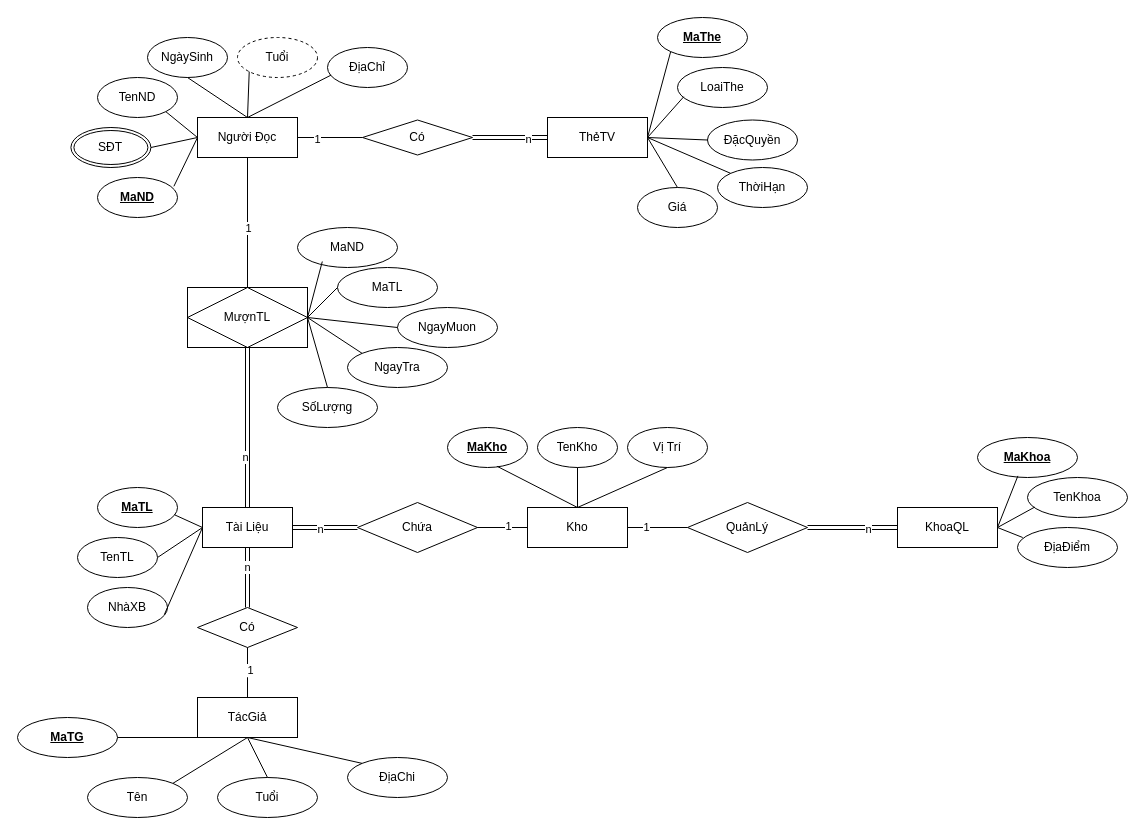
andrew2508/tailieu keeps this draw.io diagram as Biểu đồ không có tiêu đề.drawio. Above is the earlier version. Source tidied: cells renumbered, new cells numbered last; positions are measured from the earlier drawing's top-left corner, leaving out a move shared by most shapes. Both pictures are drawn from the tidied source at 100%, with x=0, y=0 at pixel (17, 17).
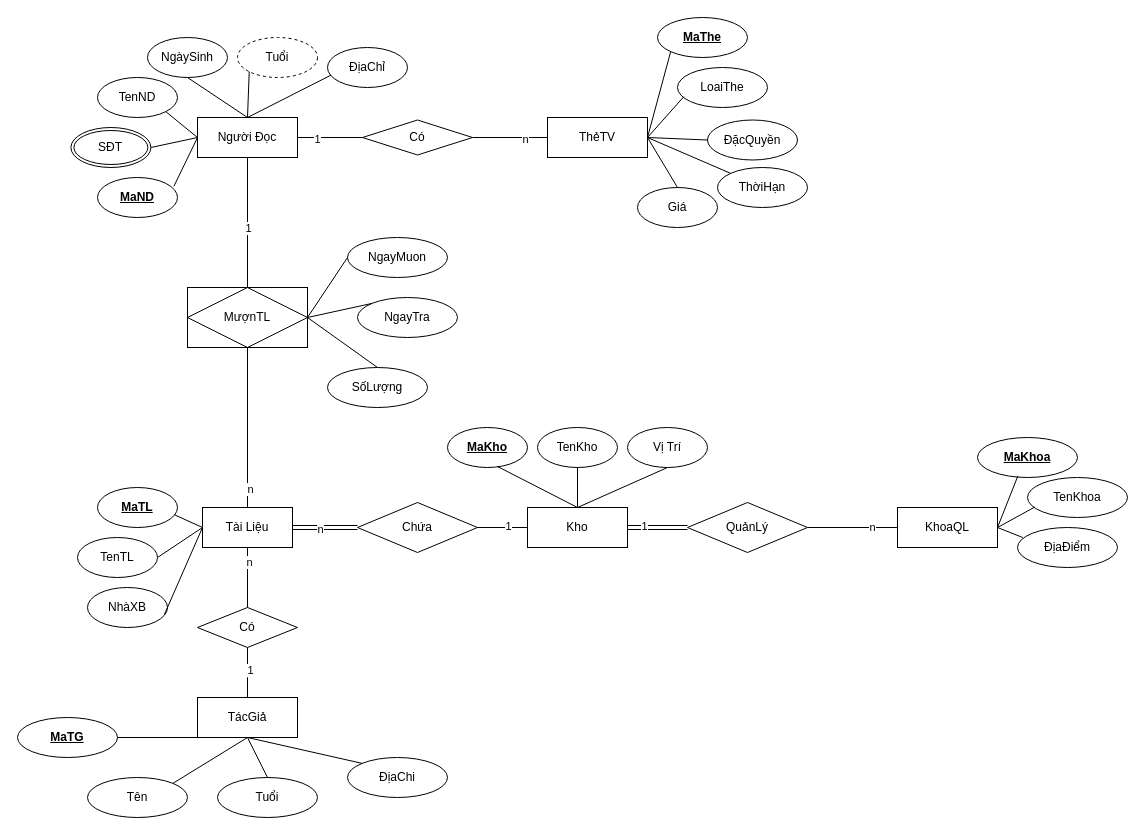
Above is the later version.

Commit message:
Cập nhật Biểu đồ không có tiêu đề.drawio

Unchanged cells that the change refers to:
```xml
<mxCell id="6" value="Tài Liệu" style="whiteSpace=wrap;html=1;align=center;" parent="1" vertex="1">
  <mxGeometry x="185" y="490" width="90" height="40" as="geometry" />
</mxCell>
<mxCell id="13" value="KhoaQL" style="whiteSpace=wrap;html=1;align=center;" parent="1" vertex="1">
  <mxGeometry x="880" y="490" width="100" height="40" as="geometry" />
</mxCell>
<mxCell id="15" value="Kho" style="whiteSpace=wrap;html=1;align=center;" parent="1" vertex="1">
  <mxGeometry x="510" y="490" width="100" height="40" as="geometry" />
</mxCell>
<mxCell id="19" value="QuảnLý" style="shape=rhombus;perimeter=rhombusPerimeter;whiteSpace=wrap;html=1;align=center;" parent="1" vertex="1">
  <mxGeometry x="670" y="485" width="120" height="50" as="geometry" />
</mxCell>
<mxCell id="43" value="ThẻTV" style="whiteSpace=wrap;html=1;align=center;" parent="1" vertex="1">
  <mxGeometry x="530" y="100" width="100" height="40" as="geometry" />
</mxCell>
<mxCell id="46" value="Có" style="shape=rhombus;perimeter=rhombusPerimeter;whiteSpace=wrap;html=1;align=center;" parent="1" vertex="1">
  <mxGeometry x="345" y="102.5" width="110" height="35" as="geometry" />
</mxCell>
<mxCell id="61" value="MượnTL" style="shape=associativeEntity;whiteSpace=wrap;html=1;align=center;" parent="1" vertex="1">
  <mxGeometry x="170" y="270" width="120" height="60" as="geometry" />
</mxCell>
<mxCell id="80" value="Có" style="shape=rhombus;perimeter=rhombusPerimeter;whiteSpace=wrap;html=1;align=center;" parent="1" vertex="1">
  <mxGeometry x="180" y="590" width="100" height="40" as="geometry" />
</mxCell>
```

Diff of the diagram source:
```diff
@@
-    <mxCell id="4" style="edgeStyle=orthogonalEdgeStyle;rounded=0;jettySize=auto;html=1;shape=link;" parent="1" edge="1" source="6" target="80">
-      <mxGeometry relative="1" as="geometry" />
-    </mxCell>
-    <mxCell id="5" value="n" style="edgeLabel;html=1;align=center;verticalAlign=middle;" parent="4" vertex="1">
-      <mxGeometry x="-0.37" y="-1" relative="1" as="geometry" />
-    </mxCell>
@@
-    <mxCell id="17" style="edgeStyle=orthogonalEdgeStyle;rounded=0;jettySize=auto;html=1;shape=link;" parent="1" edge="1" source="19" target="13">
-      <mxGeometry relative="1" as="geometry" />
-    </mxCell>
-    <mxCell id="18" value="n" style="edgeLabel;html=1;align=center;verticalAlign=middle;" parent="17" vertex="1">
-      <mxGeometry x="0.33" y="-1" relative="1" as="geometry" />
-    </mxCell>
+    <mxCell id="93" style="edgeStyle=orthogonalEdgeStyle;rounded=0;jettySize=auto;html=1;shape=link;" parent="1" edge="1" source="19" target="15">
+      <mxGeometry relative="1" as="geometry" />
+    </mxCell>
+    <mxCell id="24" value="1" style="edgeLabel;html=1;align=center;verticalAlign=middle;" parent="93" vertex="1">
+      <mxGeometry x="0.47" y="-2" relative="1" as="geometry" />
+    </mxCell>
@@
-    <mxCell id="23" style="endArrow=none;html=1;rounded=0;entryX=0;entryY=0.5;entryDx=0;entryDy=0;exitX=1;exitY=0.5;exitDx=0;exitDy=0;" parent="1" edge="1" source="15" target="19">
-      <mxGeometry relative="1" as="geometry" />
-    </mxCell>
-    <mxCell id="24" value="1" style="edgeLabel;html=1;align=center;verticalAlign=middle;" parent="23" vertex="1">
-      <mxGeometry x="-0.39" y="1" relative="1" as="geometry" />
-    </mxCell>
@@
-    <mxCell id="44" style="edgeStyle=orthogonalEdgeStyle;rounded=0;jettySize=auto;html=1;shape=link;" parent="1" edge="1" source="46" target="43">
-      <mxGeometry relative="1" as="geometry" />
-    </mxCell>
-    <mxCell id="45" value="n" style="edgeLabel;html=1;align=center;verticalAlign=middle;" parent="44" vertex="1">
-      <mxGeometry x="0.47" y="-1" relative="1" as="geometry" />
-    </mxCell>
@@
-    <mxCell id="49" style="endArrow=none;html=1;rounded=0;entryX=0.5;entryY=0;entryDx=0;entryDy=0;exitX=0.5;exitY=1;exitDx=0;exitDy=0;shape=link;" parent="1" edge="1" source="61" target="6">
-      <mxGeometry relative="1" as="geometry" />
-    </mxCell>
-    <mxCell id="50" value="n" style="edgeLabel;html=1;align=center;verticalAlign=middle;" parent="49" vertex="1">
-      <mxGeometry x="0.38" y="-3" relative="1" as="geometry">
-        <mxPoint y="-1" as="offset" />
-      </mxGeometry>
-    </mxCell>
@@
-    <mxCell id="64" value="MaND" style="ellipse;whiteSpace=wrap;html=1;align=center;" parent="1" vertex="1">
-      <mxGeometry x="280" y="210" width="100" height="40" as="geometry" />
-    </mxCell>
-    <mxCell id="65" value="MaTL" style="ellipse;whiteSpace=wrap;html=1;align=center;" parent="1" vertex="1">
-      <mxGeometry x="320" y="250" width="100" height="40" as="geometry" />
-    </mxCell>
     <mxCell id="66" value="NgayMuon" style="ellipse;whiteSpace=wrap;html=1;align=center;" parent="1" vertex="1">
-      <mxGeometry x="380" y="290" width="100" height="40" as="geometry" />
+      <mxGeometry x="330" y="220" width="100" height="40" as="geometry" />
     </mxCell>
     <mxCell id="67" value="NgayTra" style="ellipse;whiteSpace=wrap;html=1;align=center;" parent="1" vertex="1">
-      <mxGeometry x="330" y="330" width="100" height="40" as="geometry" />
+      <mxGeometry x="340" y="280" width="100" height="40" as="geometry" />
     </mxCell>
     <mxCell id="68" value="SốLượng" style="ellipse;whiteSpace=wrap;html=1;align=center;" parent="1" vertex="1">
-      <mxGeometry x="260" y="370" width="100" height="40" as="geometry" />
+      <mxGeometry x="310" y="350" width="100" height="40" as="geometry" />
     </mxCell>
-    <mxCell id="69" style="endArrow=none;html=1;rounded=0;entryX=0.248;entryY=0.85;entryDx=0;entryDy=0;entryPerimeter=0;exitX=1;exitY=0.5;exitDx=0;exitDy=0;" parent="1" edge="1" source="61" target="64">
-      <mxGeometry relative="1" as="geometry" />
-    </mxCell>
-    <mxCell id="70" style="endArrow=none;html=1;rounded=0;entryX=0;entryY=0.5;entryDx=0;entryDy=0;" parent="1" edge="1" target="65">
-      <mxGeometry relative="1" as="geometry">
-        <mxPoint x="290" y="300" as="sourcePoint" />
-      </mxGeometry>
-    </mxCell>
@@
+    <mxCell id="44" style="endArrow=none;html=1;rounded=0;exitX=1;exitY=0.5;exitDx=0;exitDy=0;entryX=0;entryY=0.5;entryDx=0;entryDy=0;" parent="1" edge="1" source="46" target="43">
+      <mxGeometry relative="1" as="geometry" />
+    </mxCell>
+    <mxCell id="94" value="n" style="edgeLabel;html=1;align=center;verticalAlign=middle;" parent="44" vertex="1">
+      <mxGeometry x="0.39" y="-1" relative="1" as="geometry" />
+    </mxCell>
+    <mxCell id="4" style="endArrow=none;html=1;rounded=0;exitX=0.5;exitY=1;exitDx=0;exitDy=0;entryX=0.5;entryY=0;entryDx=0;entryDy=0;" parent="1" edge="1" source="6" target="80">
+      <mxGeometry relative="1" as="geometry" />
+    </mxCell>
+    <mxCell id="95" value="n" style="edgeLabel;html=1;align=center;verticalAlign=middle;" parent="4" vertex="1">
+      <mxGeometry x="-0.52" y="1" relative="1" as="geometry" />
+    </mxCell>
+    <mxCell id="96" style="endArrow=none;html=1;rounded=0;entryX=0.5;entryY=1;entryDx=0;entryDy=0;exitX=0.5;exitY=0;exitDx=0;exitDy=0;" parent="1" edge="1" source="6" target="61">
+      <mxGeometry relative="1" as="geometry" />
+    </mxCell>
+    <mxCell id="97" value="n" style="edgeLabel;html=1;align=center;verticalAlign=middle;" parent="96" vertex="1">
+      <mxGeometry x="-0.76" y="-2" relative="1" as="geometry" />
+    </mxCell>
+    <mxCell id="17" style="endArrow=none;html=1;rounded=0;entryX=0;entryY=0.5;entryDx=0;entryDy=0;exitX=1;exitY=0.5;exitDx=0;exitDy=0;" parent="1" edge="1" source="19" target="13">
+      <mxGeometry relative="1" as="geometry" />
+    </mxCell>
+    <mxCell id="98" value="n" style="edgeLabel;html=1;align=center;verticalAlign=middle;" parent="17" vertex="1">
+      <mxGeometry x="0.42" y="1" relative="1" as="geometry" />
+    </mxCell>
```
